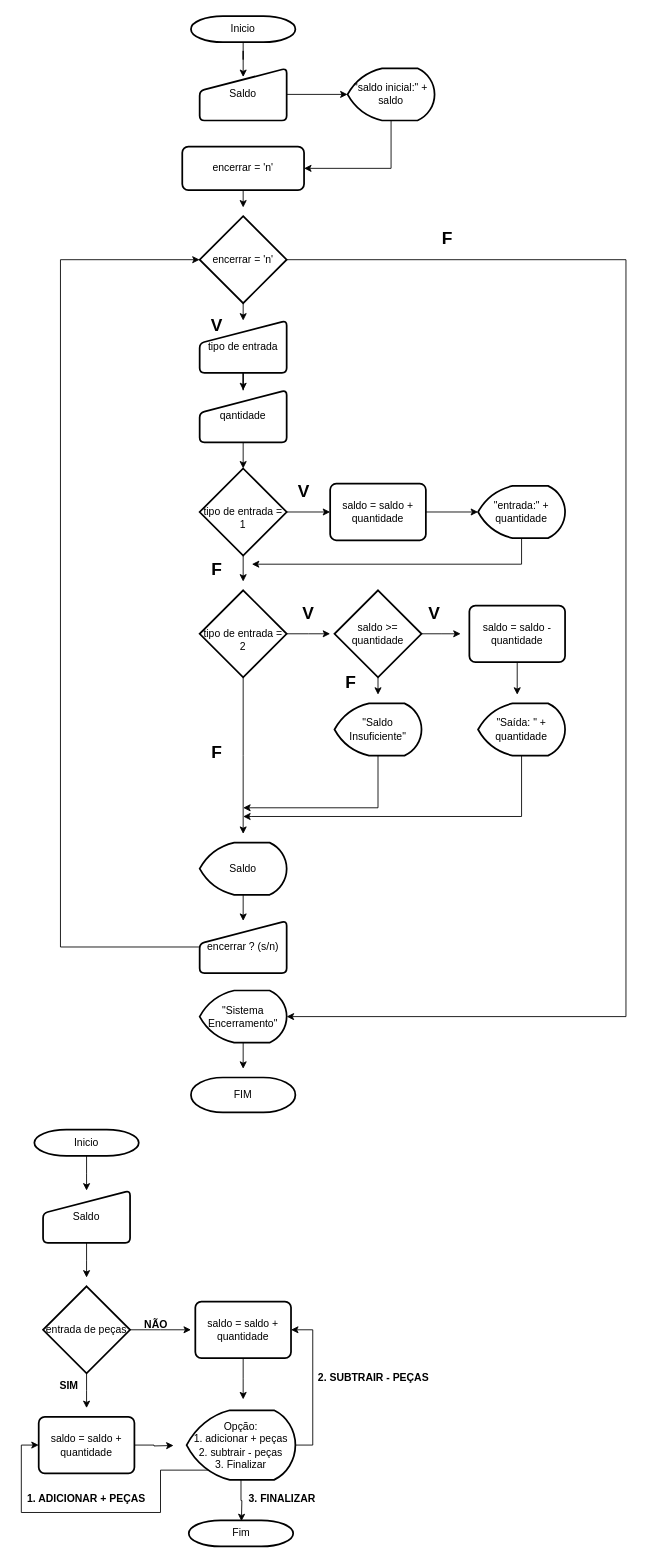
The draw.io diagram Diagrama sem nome.drawio in Brun0-ap/senai-fullstack-versoes, before the edit. Source tidied: cells renumbered, new cells numbered last; positions are measured from the earlier drawing's top-left corner, leaving out a move shared by most shapes. Both pictures are drawn from the tidied source at 87%, with x=0, y=0 at pixel (21, 16).
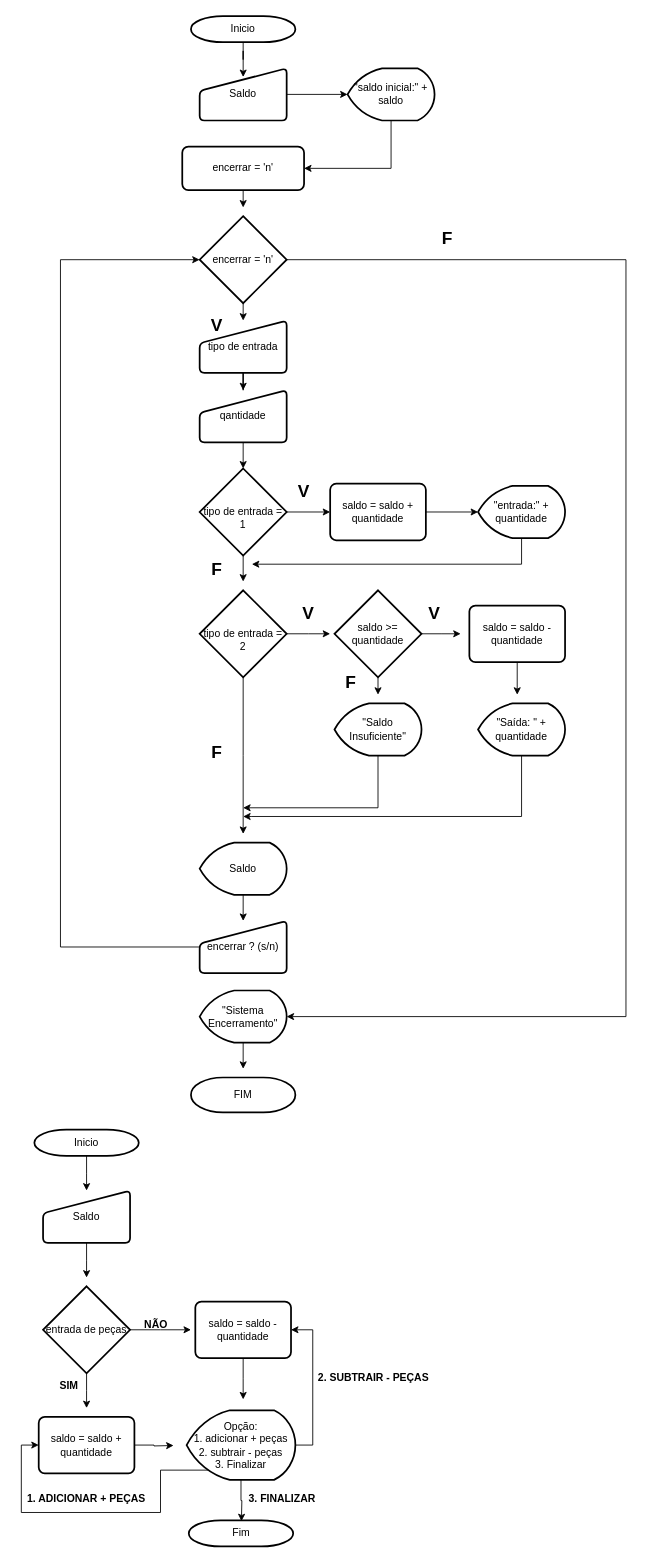
The same page after the edit.

Commit message:
Actualizar Diagrama bruno brito.drawio

What changed in the source:
```diff
@@
-    <mxCell id="59" value="saldo = saldo + quantidade" style="rounded=1;whiteSpace=wrap;html=1;absoluteArcSize=1;arcSize=14;strokeWidth=2;" parent="1" vertex="1">
+    <mxCell id="59" value="saldo = saldo - quantidade" style="rounded=1;whiteSpace=wrap;html=1;absoluteArcSize=1;arcSize=14;strokeWidth=2;" parent="1" vertex="1">
       <mxGeometry x="200" y="1477.5" width="110" height="65" as="geometry" />
     </mxCell>
```
